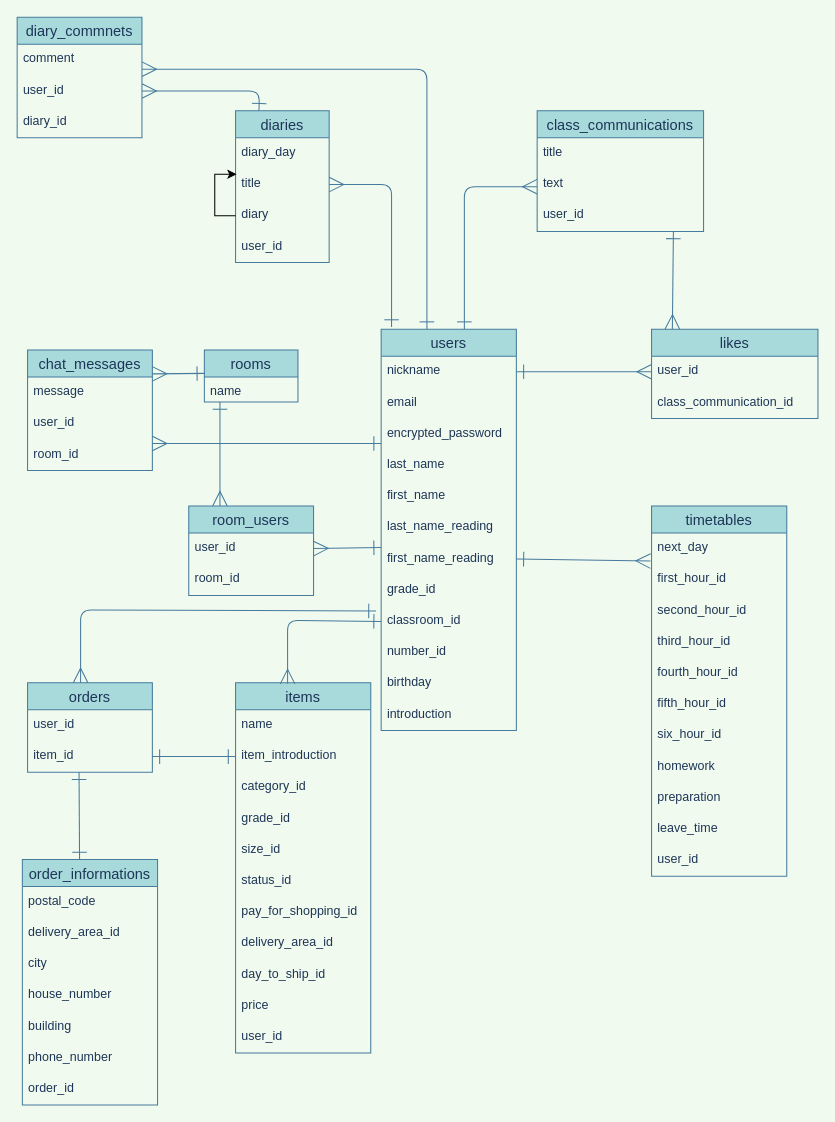
The draw.io diagram ER.dio in hiratatatsujiro/contact_book_app, before the edit. Source tidied: cells renumbered, new cells numbered last; positions are measured from the earlier drawing's top-left corner, leaving out a move shared by most shapes. Both pictures are drawn from the tidied source at 104%, with x=0, y=0 at pixel (17, 17).
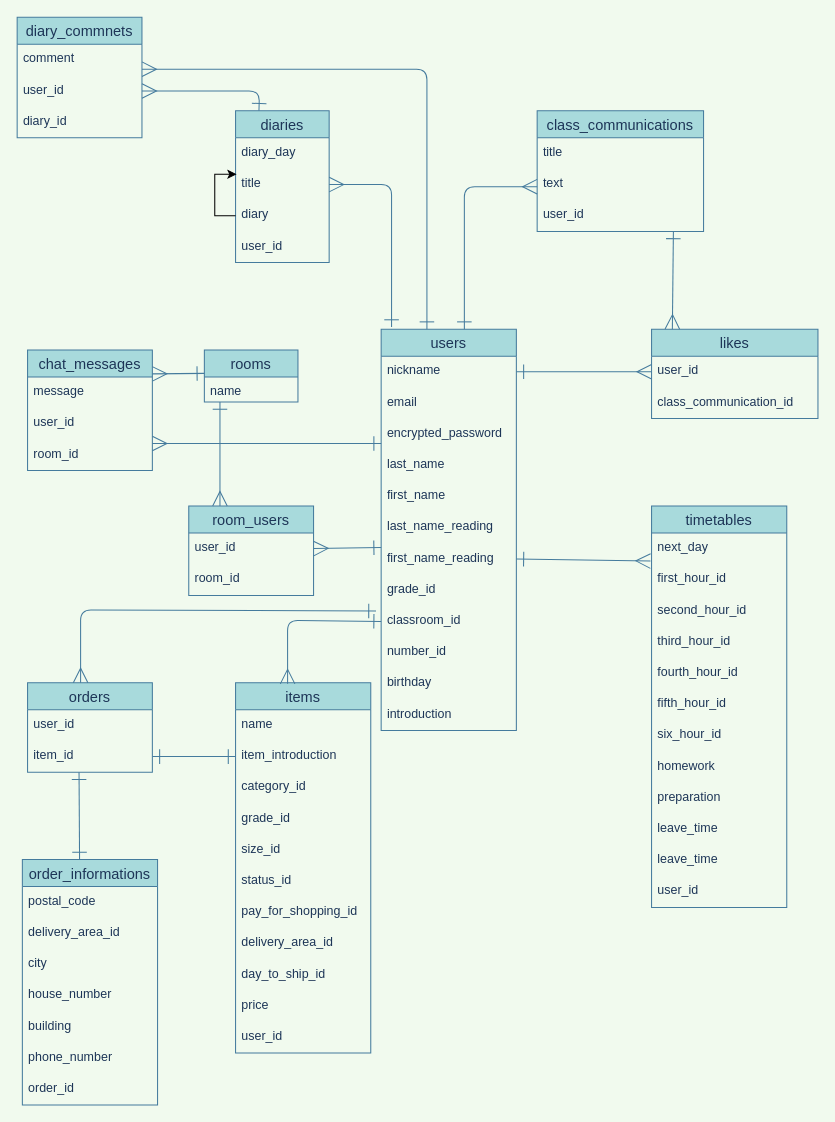
The same diagram, later.

The edit, as a diff of the source:
```diff
@@
     <mxCell id="64" value="timetables" style="swimlane;fontStyle=0;horizontal=1;startSize=26;align=center;fontSize=14;fillColor=#A8DADC;strokeColor=#457B9D;fontColor=#1D3557;" parent="1" vertex="1">
-      <mxGeometry x="610" y="470" width="130" height="356" as="geometry" />
+      <mxGeometry x="610" y="470" width="130" height="386" as="geometry" />
     </mxCell>
@@
+    <mxCell id="91" value="leave_time" style="text;strokeColor=none;fillColor=none;spacingLeft=4;spacingRight=4;overflow=hidden;fontSize=12;fontColor=#1D3557;" parent="64" vertex="1">
+      <mxGeometry y="326" width="130" height="30" as="geometry" />
+    </mxCell>
     <mxCell id="75" value="user_id" style="text;strokeColor=none;fillColor=none;spacingLeft=4;spacingRight=4;overflow=hidden;fontSize=12;fontColor=#1D3557;" parent="64" vertex="1">
-      <mxGeometry y="326" width="130" height="30" as="geometry" />
+      <mxGeometry y="356" width="130" height="30" as="geometry" />
     </mxCell>
```
